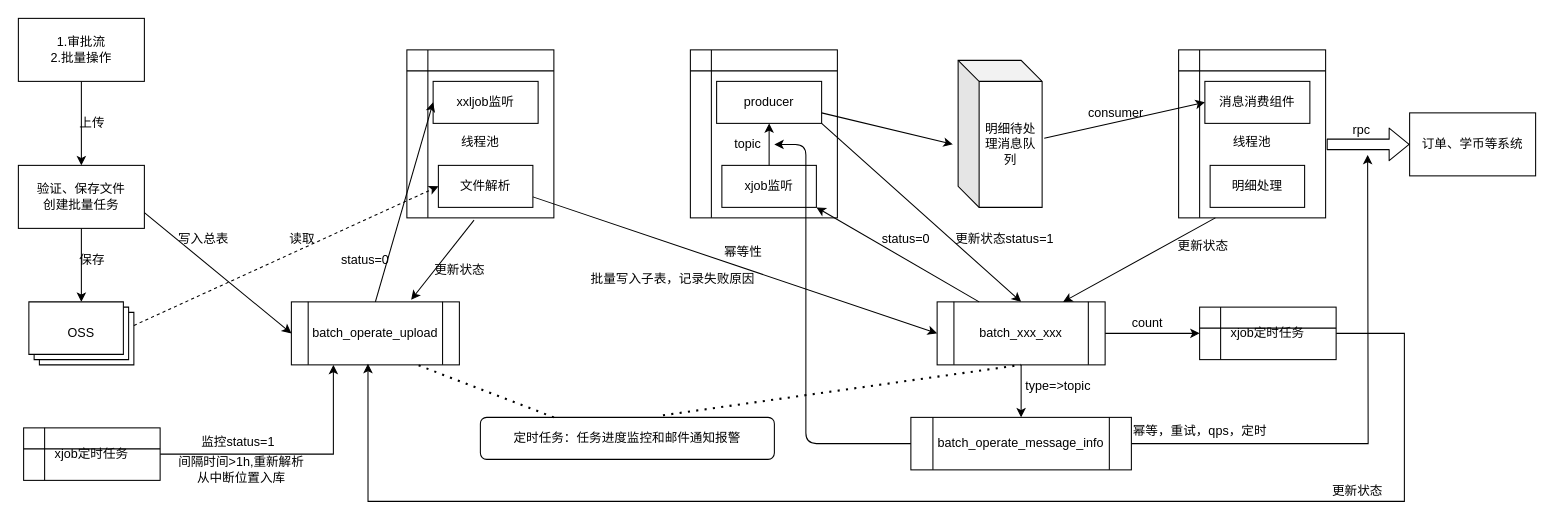
Earlier version of the draw.io diagram batch_operate_upload.drawio (mirai3zZ/mojito). Source tidied: cells renumbered, new cells numbered last; positions are measured from the earlier drawing's top-left corner, leaving out a move shared by most shapes. Both pictures are drawn from the tidied source at 105%, with x=0, y=0 at pixel (18, 18).
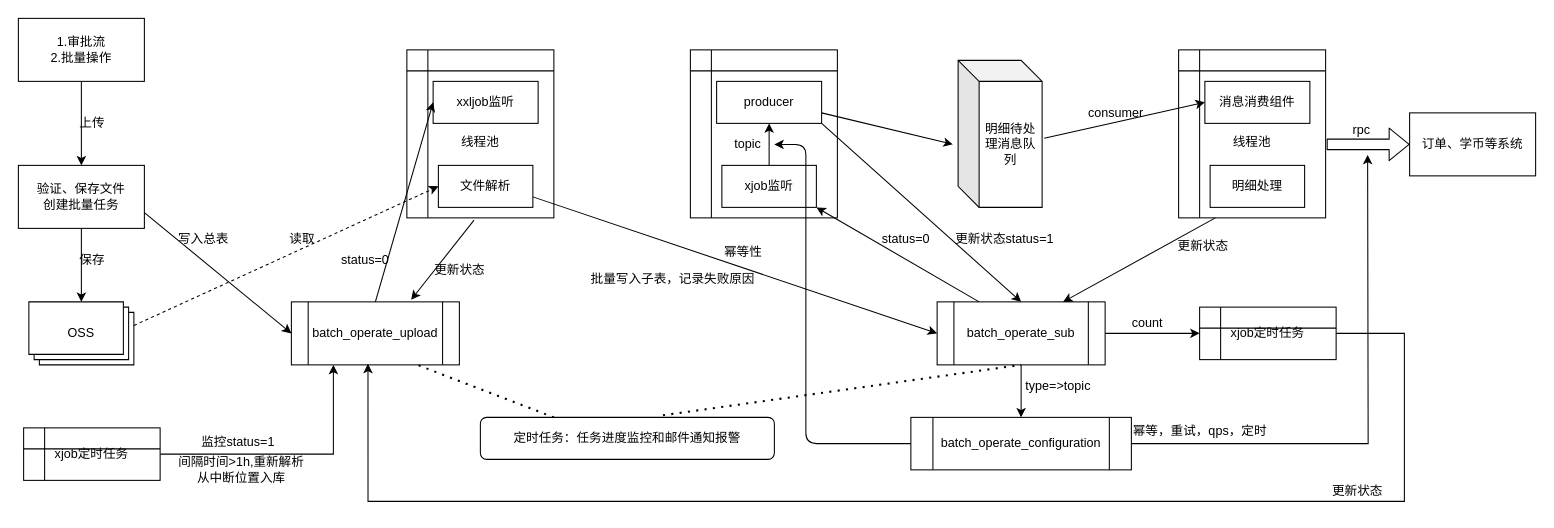
Above is the later version.

Change to the diagram source:
```diff
@@
-    <mxCell id="29" value="batch_xxx_xxx" style="shape=process;whiteSpace=wrap;html=1;backgroundOutline=1;" parent="1" vertex="1">
+    <mxCell id="29" value="batch_operate_sub" style="shape=process;whiteSpace=wrap;html=1;backgroundOutline=1;" parent="1" vertex="1">
       <mxGeometry x="875" y="270" width="160" height="60" as="geometry" />
     </mxCell>
@@
-    <mxCell id="42" value="batch_operate_message_info" style="shape=process;whiteSpace=wrap;html=1;backgroundOutline=1;" parent="1" vertex="1">
+    <mxCell id="42" value="batch_operate_configuration" style="shape=process;whiteSpace=wrap;html=1;backgroundOutline=1;" parent="1" vertex="1">
       <mxGeometry x="850" y="380" width="210" height="50" as="geometry" />
     </mxCell>
```
